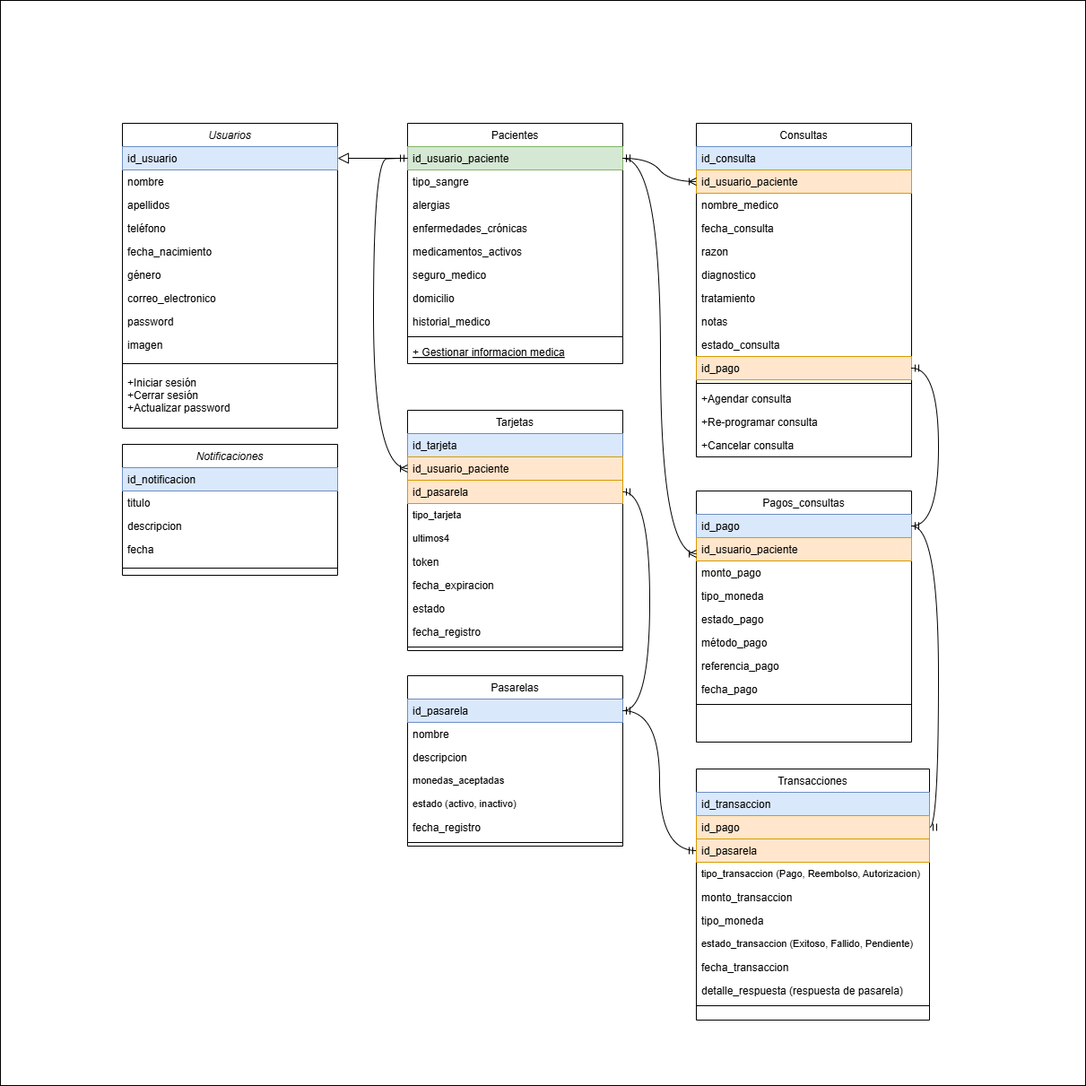
Above: Diagrama_de_clases.drawio.png in MarCarrera/invitacion-digital-xv-a-os (draw.io), before the change. Source tidied: cells renumbered, new cells last; positions are measured from the earlier drawing's top-left corner, leaving out a move shared by most shapes.
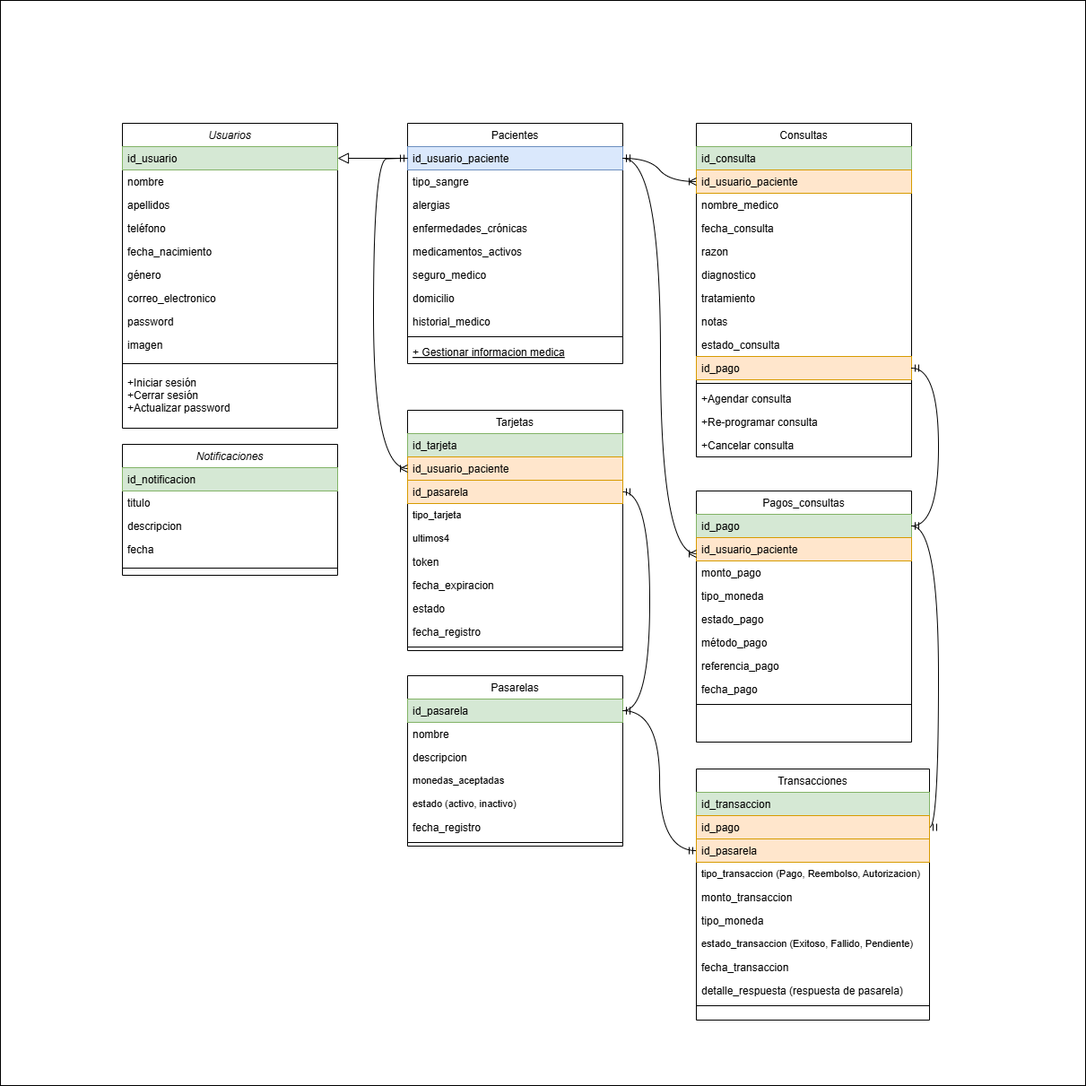
After the commit.

The edit, as a diff of the source:
```diff
@@ -8,7 +8,7 @@
     <mxCell id="3" value="Usuarios" style="swimlane;fontStyle=2;align=center;verticalAlign=top;horizontal=1;startSize=26;rounded=0;shadow=0;strokeWidth=1;" parent="1" vertex="1">
       <mxGeometry x="136" y="137" width="240" height="340" as="geometry" />
     </mxCell>
-    <mxCell id="4" value="id_usuario" style="text;align=left;verticalAlign=top;spacingLeft=4;spacingRight=4;overflow=hidden;points=[[0,0.5],[1,0.5]];portConstraint=eastwest;fillColor=#dae8fc;strokeColor=#6c8ebf;" parent="3" vertex="1">
+    <mxCell id="4" value="id_usuario" style="text;align=left;verticalAlign=top;spacingLeft=4;spacingRight=4;overflow=hidden;points=[[0,0.5],[1,0.5]];portConstraint=eastwest;fillColor=#d5e8d4;strokeColor=#82b366;" parent="3" vertex="1">
       <mxGeometry y="26" width="240" height="26" as="geometry" />
     </mxCell>
     <mxCell id="5" value="nombre" style="text;align=left;verticalAlign=top;spacingLeft=4;spacingRight=4;overflow=hidden;rounded=0;shadow=0;html=0;" parent="3" vertex="1">
@@ -44,7 +44,7 @@
     <mxCell id="15" value="Pacientes" style="swimlane;fontStyle=0;align=center;verticalAlign=top;horizontal=1;startSize=26;rounded=0;shadow=0;strokeWidth=1;" parent="1" vertex="1">
       <mxGeometry x="454" y="137" width="240" height="268" as="geometry" />
     </mxCell>
-    <mxCell id="16" value="id_usuario_paciente" style="text;align=left;verticalAlign=top;spacingLeft=4;spacingRight=4;overflow=hidden;points=[[0,0.5],[1,0.5]];portConstraint=eastwest;fillColor=#d5e8d4;strokeColor=#82b366;" parent="15" vertex="1">
+    <mxCell id="16" value="id_usuario_paciente" style="text;align=left;verticalAlign=top;spacingLeft=4;spacingRight=4;overflow=hidden;points=[[0,0.5],[1,0.5]];portConstraint=eastwest;fillColor=#dae8fc;strokeColor=#6c8ebf;" parent="15" vertex="1">
       <mxGeometry y="26" width="240" height="26" as="geometry" />
     </mxCell>
     <mxCell id="17" value="tipo_sangre" style="text;align=left;verticalAlign=top;spacingLeft=4;spacingRight=4;overflow=hidden;" parent="15" vertex="1">
@@ -80,7 +80,7 @@
     <mxCell id="27" value="Consultas" style="swimlane;fontStyle=0;align=center;verticalAlign=top;horizontal=1;startSize=26;rounded=0;shadow=0;strokeWidth=1;" parent="1" vertex="1">
       <mxGeometry x="776" y="137" width="240" height="372" as="geometry" />
     </mxCell>
-    <mxCell id="28" value="id_consulta" style="text;align=left;verticalAlign=top;spacingLeft=4;spacingRight=4;overflow=hidden;fillColor=#dae8fc;strokeColor=#6c8ebf;" parent="27" vertex="1">
+    <mxCell id="28" value="id_consulta" style="text;align=left;verticalAlign=top;spacingLeft=4;spacingRight=4;overflow=hidden;fillColor=#d5e8d4;strokeColor=#82b366;" parent="27" vertex="1">
       <mxGeometry y="26" width="240" height="26" as="geometry" />
     </mxCell>
     <mxCell id="29" value="id_usuario_paciente" style="text;align=left;verticalAlign=top;spacingLeft=4;spacingRight=4;overflow=hidden;points=[[0,0.5],[1,0.5]];portConstraint=eastwest;rounded=0;shadow=0;html=0;fillColor=#ffe6cc;strokeColor=#d79b00;" parent="27" vertex="1">
@@ -128,7 +128,7 @@
     <mxCell id="43" value="Pagos_consultas" style="swimlane;fontStyle=0;align=center;verticalAlign=top;horizontal=1;startSize=26;rounded=0;shadow=0;strokeWidth=1;" parent="1" vertex="1">
       <mxGeometry x="776" y="547" width="240" height="280" as="geometry" />
     </mxCell>
-    <mxCell id="44" value="id_pago" style="text;align=left;verticalAlign=top;spacingLeft=4;spacingRight=4;overflow=hidden;points=[[0,0.5],[1,0.5]];portConstraint=eastwest;fillColor=#dae8fc;strokeColor=#6c8ebf;" parent="43" vertex="1">
+    <mxCell id="44" value="id_pago" style="text;align=left;verticalAlign=top;spacingLeft=4;spacingRight=4;overflow=hidden;points=[[0,0.5],[1,0.5]];portConstraint=eastwest;fillColor=#d5e8d4;strokeColor=#82b366;" parent="43" vertex="1">
       <mxGeometry y="26" width="240" height="26" as="geometry" />
     </mxCell>
     <mxCell id="45" value="id_usuario_paciente" style="text;align=left;verticalAlign=top;spacingLeft=4;spacingRight=4;overflow=hidden;rounded=0;shadow=0;html=0;fillColor=#ffe6cc;strokeColor=#d79b00;" parent="43" vertex="1">
@@ -169,7 +169,7 @@
     <mxCell id="54" value="Transacciones" style="swimlane;fontStyle=0;align=center;verticalAlign=top;horizontal=1;startSize=26;rounded=0;shadow=0;strokeWidth=1;" parent="1" vertex="1">
       <mxGeometry x="776" y="857" width="260" height="280" as="geometry" />
     </mxCell>
-    <mxCell id="55" value="id_transaccion" style="text;align=left;verticalAlign=top;spacingLeft=4;spacingRight=4;overflow=hidden;fillColor=#dae8fc;strokeColor=#6c8ebf;" parent="54" vertex="1">
+    <mxCell id="55" value="id_transaccion" style="text;align=left;verticalAlign=top;spacingLeft=4;spacingRight=4;overflow=hidden;fillColor=#d5e8d4;strokeColor=#82b366;" parent="54" vertex="1">
       <mxGeometry y="26" width="260" height="26" as="geometry" />
     </mxCell>
     <mxCell id="56" value="id_pago" style="text;align=left;verticalAlign=top;spacingLeft=4;spacingRight=4;overflow=hidden;points=[[0,0.5],[1,0.5]];portConstraint=eastwest;rounded=0;shadow=0;html=0;fillColor=#ffe6cc;strokeColor=#d79b00;" parent="54" vertex="1">
@@ -205,7 +205,7 @@
     <mxCell id="66" value="Pasarelas" style="swimlane;fontStyle=0;align=center;verticalAlign=top;horizontal=1;startSize=26;rounded=0;shadow=0;strokeWidth=1;" parent="1" vertex="1">
       <mxGeometry x="454" y="753" width="240" height="190" as="geometry" />
     </mxCell>
-    <mxCell id="67" value="id_pasarela" style="text;align=left;verticalAlign=top;spacingLeft=4;spacingRight=4;overflow=hidden;points=[[0,0.5],[1,0.5]];portConstraint=eastwest;fillColor=#dae8fc;strokeColor=#6c8ebf;" parent="66" vertex="1">
+    <mxCell id="67" value="id_pasarela" style="text;align=left;verticalAlign=top;spacingLeft=4;spacingRight=4;overflow=hidden;points=[[0,0.5],[1,0.5]];portConstraint=eastwest;fillColor=#d5e8d4;strokeColor=#82b366;" parent="66" vertex="1">
       <mxGeometry y="26" width="240" height="26" as="geometry" />
     </mxCell>
     <mxCell id="68" value="nombre" style="text;align=left;verticalAlign=top;spacingLeft=4;spacingRight=4;overflow=hidden;rounded=0;shadow=0;html=0;" parent="66" vertex="1">
@@ -240,7 +240,7 @@
     <mxCell id="76" value="Tarjetas" style="swimlane;fontStyle=0;align=center;verticalAlign=top;horizontal=1;startSize=26;rounded=0;shadow=0;strokeWidth=1;" parent="1" vertex="1">
       <mxGeometry x="454" y="457" width="240" height="268" as="geometry" />
     </mxCell>
-    <mxCell id="77" value="id_tarjeta" style="text;align=left;verticalAlign=top;spacingLeft=4;spacingRight=4;overflow=hidden;fillColor=#dae8fc;strokeColor=#6c8ebf;" parent="76" vertex="1">
+    <mxCell id="77" value="id_tarjeta" style="text;align=left;verticalAlign=top;spacingLeft=4;spacingRight=4;overflow=hidden;fillColor=#d5e8d4;strokeColor=#82b366;" parent="76" vertex="1">
       <mxGeometry y="26" width="240" height="26" as="geometry" />
     </mxCell>
     <mxCell id="78" value="id_usuario_paciente" style="text;align=left;verticalAlign=top;spacingLeft=4;spacingRight=4;overflow=hidden;points=[[0,0.5],[1,0.5]];portConstraint=eastwest;rounded=0;shadow=0;html=0;fillColor=#ffe6cc;strokeColor=#d79b00;" parent="76" vertex="1">
@@ -294,7 +294,7 @@
     <mxCell id="89" value="Notificaciones" style="swimlane;fontStyle=2;align=center;verticalAlign=top;horizontal=1;startSize=26;rounded=0;shadow=0;strokeWidth=1;" parent="1" vertex="1">
       <mxGeometry x="136" y="495" width="240" height="146" as="geometry" />
     </mxCell>
-    <mxCell id="90" value="id_notificacion" style="text;align=left;verticalAlign=top;spacingLeft=4;spacingRight=4;overflow=hidden;fillColor=#dae8fc;strokeColor=#6c8ebf;" parent="89" vertex="1">
+    <mxCell id="90" value="id_notificacion" style="text;align=left;verticalAlign=top;spacingLeft=4;spacingRight=4;overflow=hidden;fillColor=#d5e8d4;strokeColor=#82b366;" parent="89" vertex="1">
       <mxGeometry y="26" width="240" height="26" as="geometry" />
     </mxCell>
     <mxCell id="91" value="titulo" style="text;align=left;verticalAlign=top;spacingLeft=4;spacingRight=4;overflow=hidden;rounded=0;shadow=0;html=0;" parent="89" vertex="1">
```
